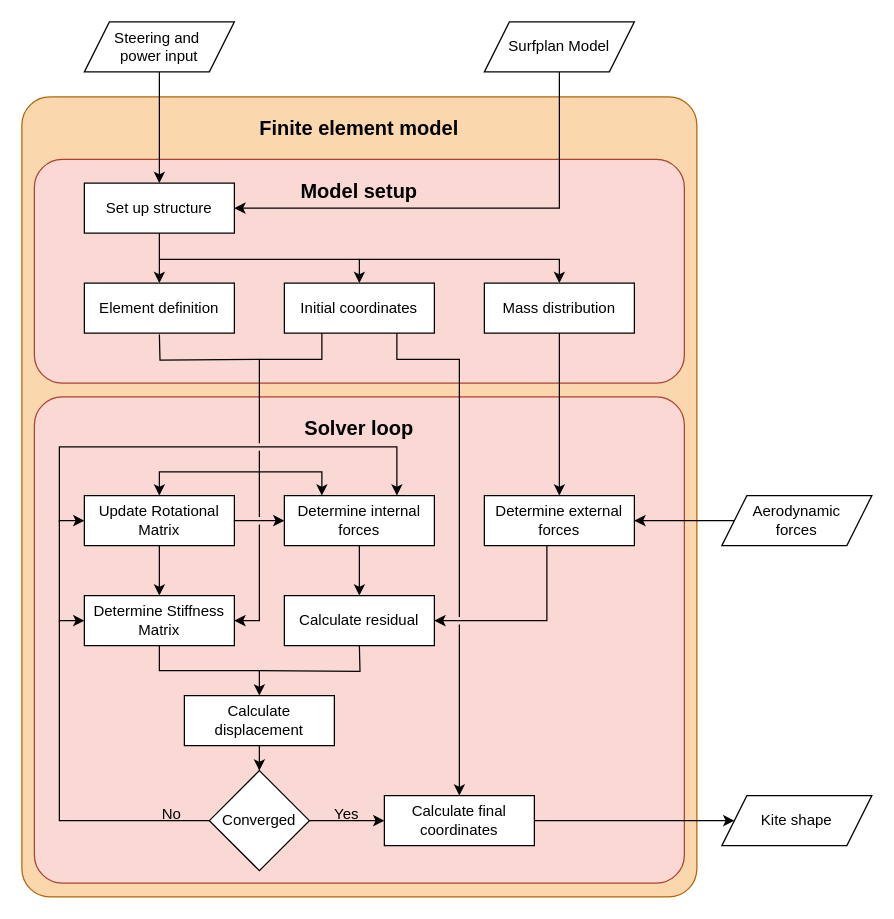
Before: Figures/drawio/FEM_flowchart.drawio in PatrickRoel/Thesis, a draw.io diagram. Source tidied: cells renumbered, new cells numbered last; positions are measured from the earlier drawing's top-left corner, leaving out a move shared by most shapes. Both pictures are drawn from the tidied source at 125%, with x=0, y=0 at pixel (21, 21).
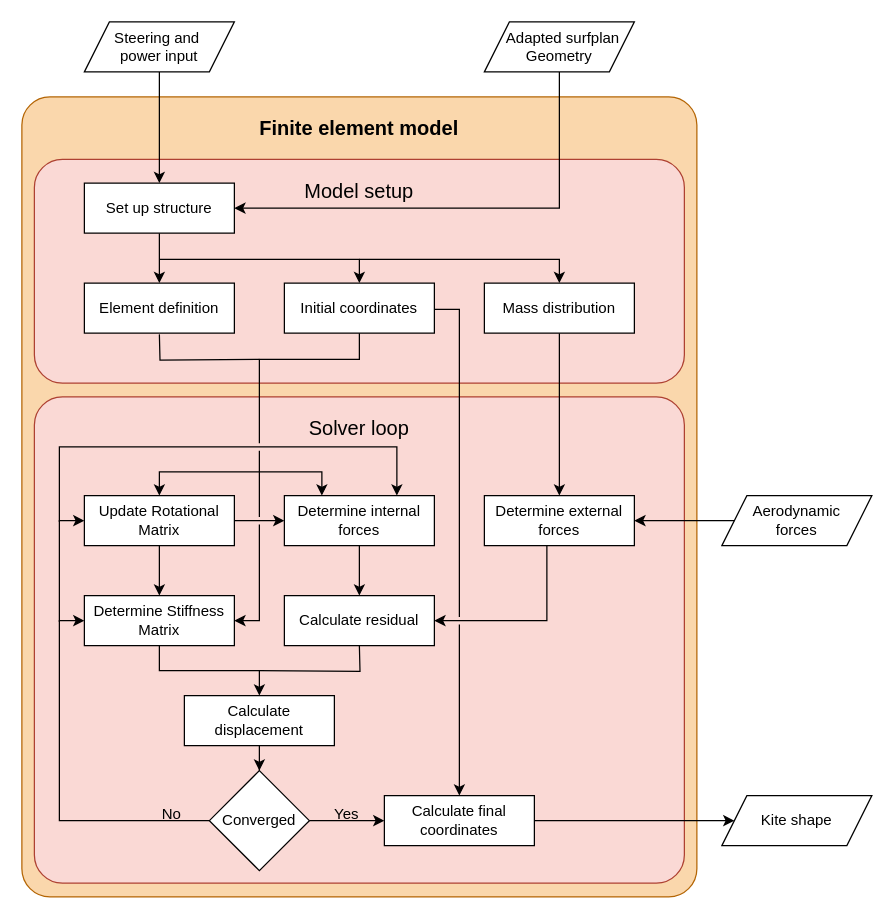
Above is the later version.

Unchanged cells that the change refers to:
```xml
<mxCell id="24" value="Initial coordinates" style="rounded=0;whiteSpace=wrap;html=1;" parent="1" vertex="1">
  <mxGeometry x="210" y="209" width="120" height="40" as="geometry" />
</mxCell>
<mxCell id="28" value="Calculate final coordinates" style="rounded=0;whiteSpace=wrap;html=1;" parent="1" vertex="1">
  <mxGeometry x="290" y="619" width="120" height="40" as="geometry" />
</mxCell>
<mxCell id="47" value="Update Rotational Matrix" style="rounded=0;whiteSpace=wrap;html=1;" parent="1" vertex="1">
  <mxGeometry x="50" y="379" width="120" height="40" as="geometry" />
</mxCell>
```

Diff of the diagram source:
```diff
@@
-    <mxCell id="4" value="Solver loop" style="text;html=1;whiteSpace=wrap;strokeColor=none;fillColor=none;align=center;verticalAlign=middle;rounded=0;fontStyle=1;fontSize=16;" parent="1" vertex="1">
+    <mxCell id="4" value="Solver loop" style="text;html=1;whiteSpace=wrap;strokeColor=none;fillColor=none;align=center;verticalAlign=middle;rounded=0;fontStyle=0;fontSize=16;" parent="1" vertex="1">
       <mxGeometry x="10" y="310" width="520" height="30" as="geometry" />
     </mxCell>
@@
     <mxCell id="23" style="edgeStyle=orthogonalEdgeStyle;rounded=0;jettySize=auto;html=1;jumpStyle=gap;entryX=0.5;entryY=0;entryDx=0;entryDy=0;" parent="1" edge="1" source="24" target="28">
       <mxGeometry relative="1" as="geometry">
         <Array as="points">
-          <mxPoint x="300" y="270" />
-          <mxPoint x="350" y="270" />
+          <mxPoint x="350" y="230" />
         </Array>
       </mxGeometry>
     </mxCell>
@@
-    <mxCell id="36" value="Model setup" style="text;html=1;whiteSpace=wrap;strokeColor=none;fillColor=none;align=center;verticalAlign=middle;rounded=0;fontStyle=1;fontSize=16;" parent="1" vertex="1">
+    <mxCell id="36" value="Model setup" style="text;html=1;whiteSpace=wrap;strokeColor=none;fillColor=none;align=center;verticalAlign=middle;rounded=0;fontStyle=0;fontSize=16;" parent="1" vertex="1">
       <mxGeometry x="10" y="120" width="520" height="30" as="geometry" />
     </mxCell>
@@
-    <mxCell id="45" value="Surfplan Model" style="shape=parallelogram;perimeter=parallelogramPerimeter;whiteSpace=wrap;html=1;fixedSize=1;" parent="1" vertex="1">
+    <mxCell id="45" value="&lt;div&gt;&amp;nbsp; Adapted surfplan&lt;/div&gt;&lt;div&gt;Geometry&lt;/div&gt;" style="shape=parallelogram;perimeter=parallelogramPerimeter;whiteSpace=wrap;html=1;fixedSize=1;" parent="1" vertex="1">
       <mxGeometry x="370" width="120" height="40" as="geometry" />
     </mxCell>
@@
     <mxCell id="49" style="edgeStyle=orthogonalEdgeStyle;rounded=0;jettySize=auto;html=1;entryX=0.5;entryY=0;entryDx=0;entryDy=0;jumpStyle=gap;" parent="1" edge="1" source="24" target="47">
       <mxGeometry relative="1" as="geometry">
         <Array as="points">
-          <mxPoint x="240" y="270" />
+          <mxPoint x="270" y="270" />
           <mxPoint x="190" y="270" />
           <mxPoint x="190" y="360" />
           <mxPoint x="110" y="360" />
         </Array>
       </mxGeometry>
     </mxCell>
```
